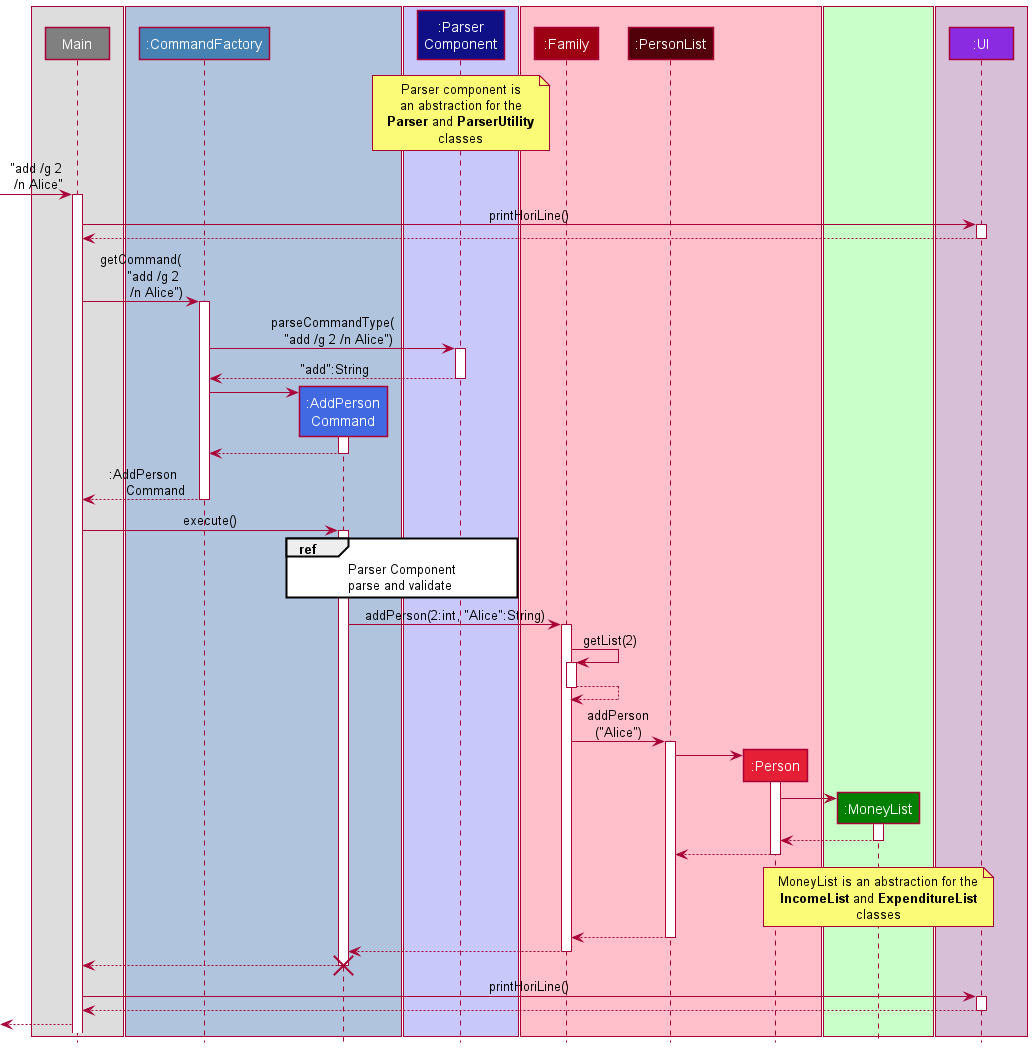
Before: docs/images/ArchitectureSequenceDiagram.png, a diagram exported from PlantUML (nus-cs2113-AY2122S2/tp).
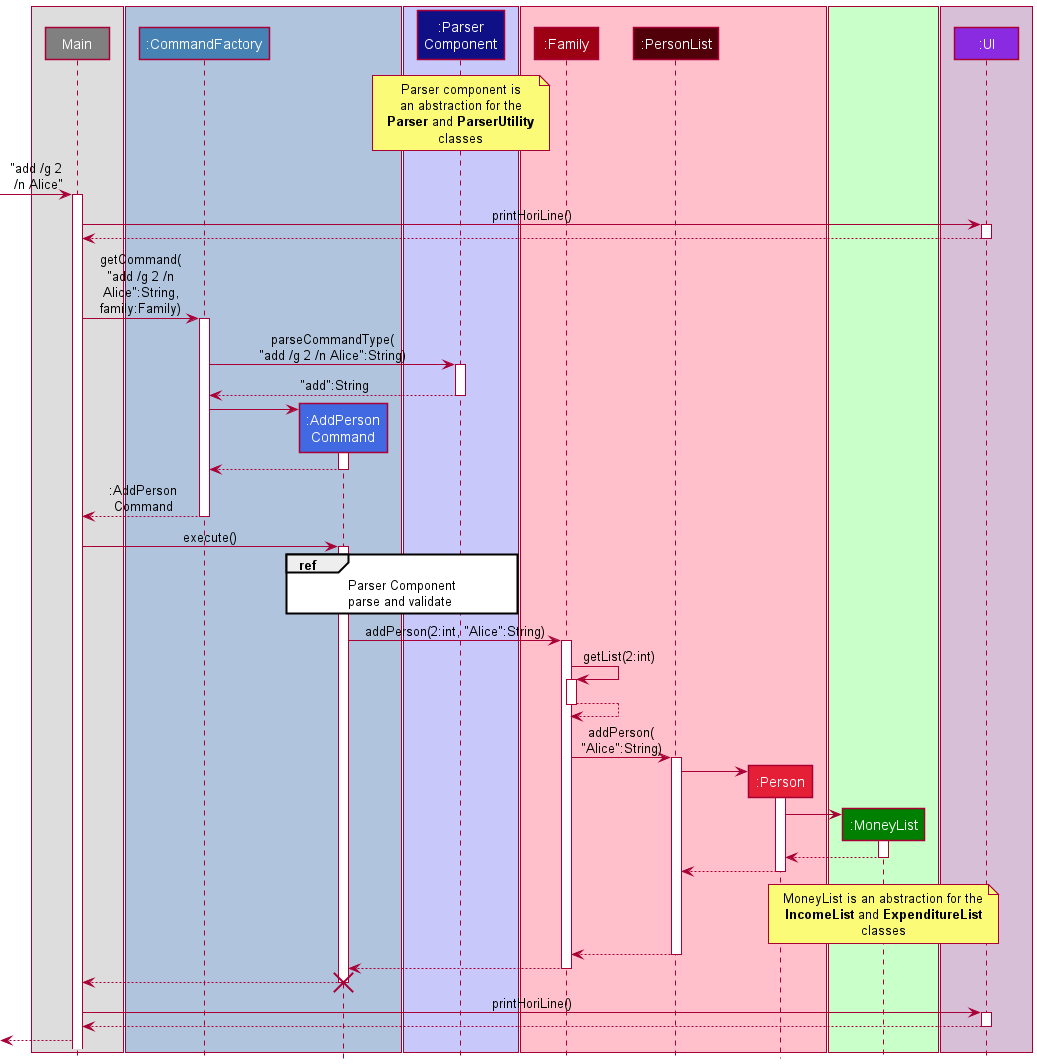
Later version of the same file.

Commit message:
Update missing information in Architecture sequence diagram

What changed in the source:
```diff
@@ -33,10 +33,10 @@
 UI --> Main
 deactivate UI
 
-Main -> Commands : getCommand(\n      "add /g 2\n        /n Alice")
+Main -> Commands : getCommand(\n"add /g 2 /n\nAlice":String,\nfamily:Family)
 
 activate Commands
-Commands -> Parser : parseCommandType(\n   "add /g 2 /n Alice")
+Commands -> Parser : parseCommandType(\n"add /g 2 /n Alice":String)
 activate Parser
 Parser --> Commands : "add":String
 deactivate Parser
@@ -48,7 +48,7 @@
 Commands2 --> Commands
 deactivate Commands2
 
-Commands --> Main : :AddPerson\n      Command
+Commands --> Main : :AddPerson\nCommand
 deactivate Commands
 
 Main -> Commands2 : execute()
@@ -62,13 +62,13 @@
 Commands2 -> Family : addPerson(2:int, "Alice":String)
 activate Family
 
-Family -> Family : getList(2)
+Family -> Family : getList(2:int)
 activate Family
 Family --> Family
 deactivate Family
 
 
-Family -> Family2 : addPerson\n("Alice")
+Family -> Family2 : addPerson(\n"Alice":String)
 activate Family2
 
 create Family3
```
